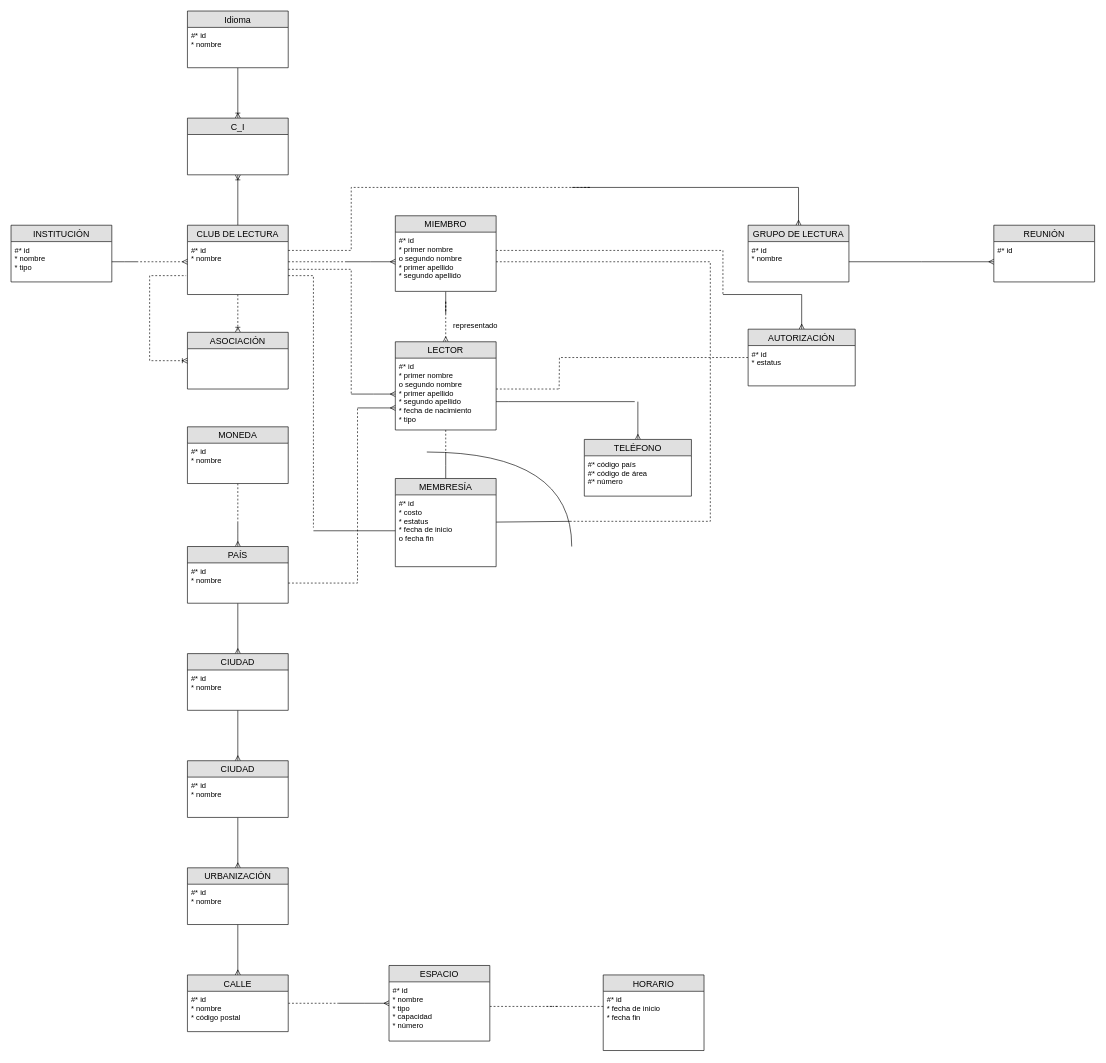
Before: DB I/ER.drawio in NeutronBlast/IS-Ex, a draw.io diagram. Source tidied: cells renumbered, new cells numbered last; positions are measured from the earlier drawing's top-left corner, leaving out a move shared by most shapes. Both pictures are drawn from the tidied source at 63%, with x=0, y=0 at pixel (11, 11).
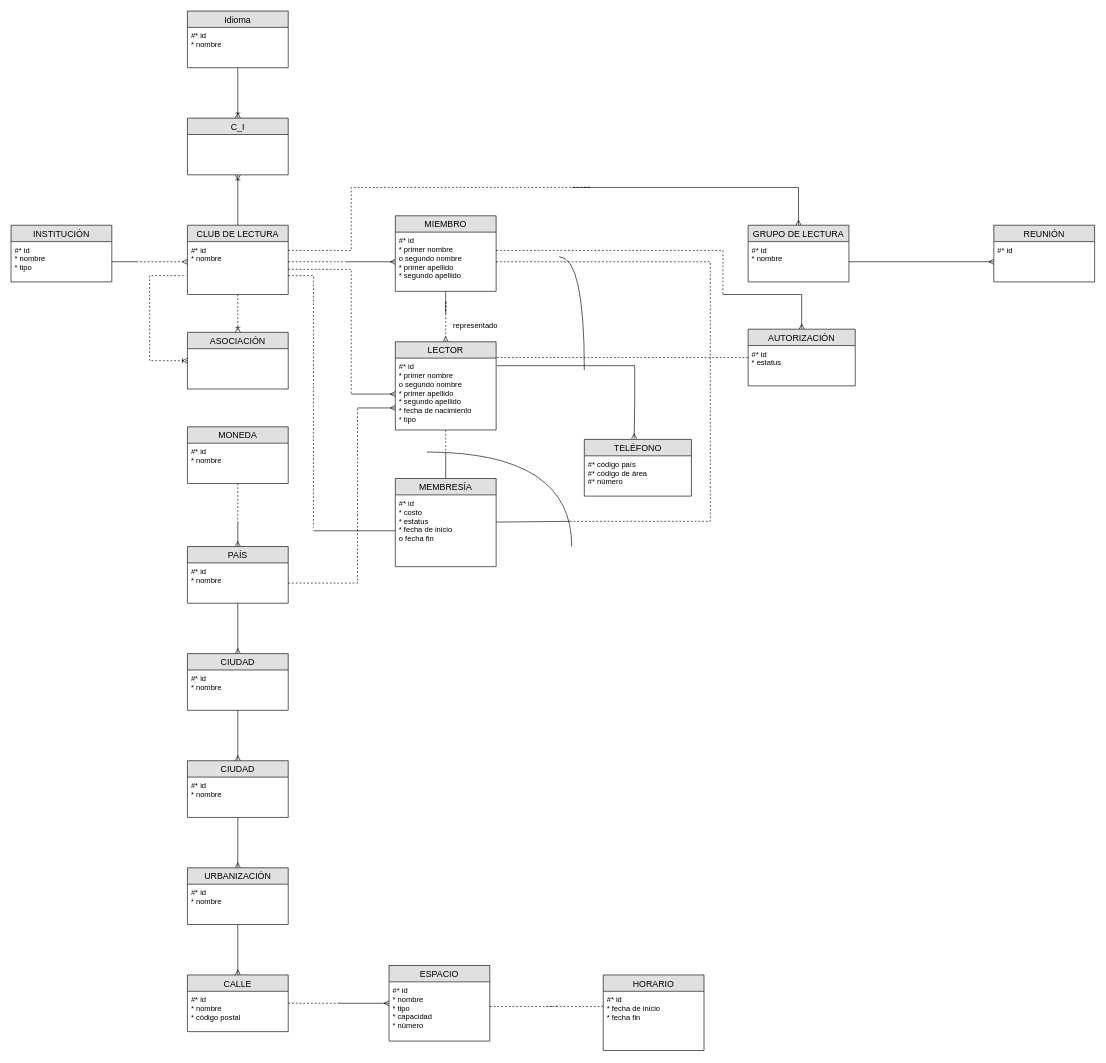
After the change.

The change refers to these unchanged cells:
```xml
<mxCell id="22" value="LECTOR" style="swimlane;fontStyle=0;horizontal=1;startSize=26;fillColor=#e0e0e0;swimlaneFillColor=#ffffff;align=center;fontSize=14;" parent="1" vertex="1">
  <mxGeometry x="610" y="525" width="160" height="140" as="geometry" />
</mxCell>
<mxCell id="23" value="#* id&#10;* primer nombre&#10;o segundo nombre&#10;* primer apellido&#10;* segundo apellido&#10;* fecha de nacimiento&#10;* tipo" style="text;strokeColor=none;fillColor=none;spacingLeft=4;spacingRight=4;overflow=hidden;points=[[0,0.5],[1,0.5]];portConstraint=eastwest;fontSize=12;" parent="22" vertex="1">
  <mxGeometry y="26" width="160" height="114" as="geometry" />
</mxCell>
<mxCell id="70" value="AUTORIZACIÓN" style="swimlane;fontStyle=0;horizontal=1;startSize=26;fillColor=#e0e0e0;swimlaneFillColor=#ffffff;align=center;fontSize=14;" parent="1" vertex="1">
  <mxGeometry x="1170" y="505" width="170" height="90" as="geometry" />
</mxCell>
<mxCell id="78" value="TELÉFONO" style="swimlane;fontStyle=0;horizontal=1;startSize=26;fillColor=#e0e0e0;swimlaneFillColor=#ffffff;align=center;fontSize=14;" parent="1" vertex="1">
  <mxGeometry x="910" y="680" width="170" height="90" as="geometry" />
</mxCell>
```

Change to the diagram source:
```diff
@@
-    <mxCell id="21" style="edgeStyle=orthogonalEdgeStyle;rounded=0;jettySize=auto;html=1;startArrow=none;startFill=0;endArrow=none;endFill=0;dashed=1;" parent="1" edge="1" source="22">
+    <mxCell id="21" style="rounded=0;orthogonalLoop=1;jettySize=auto;html=1;startArrow=none;startFill=0;endArrow=none;endFill=0;dashed=1;" parent="1" edge="1">
       <mxGeometry relative="1" as="geometry">
-        <mxPoint x="870" y="600" as="targetPoint" />
-        <Array as="points">
-          <mxPoint x="790" y="600" />
-          <mxPoint x="790" y="600" />
-        </Array>
+        <mxPoint x="771" y="550" as="sourcePoint" />
+        <mxPoint x="870" y="550" as="targetPoint" />
       </mxGeometry>
     </mxCell>
@@
     <mxCell id="68" style="edgeStyle=orthogonalEdgeStyle;rounded=0;jettySize=auto;html=1;startArrow=none;startFill=0;endArrow=none;endFill=0;dashed=1;" parent="1" edge="1" source="70">
       <mxGeometry relative="1" as="geometry">
-        <mxPoint x="870" y="600" as="targetPoint" />
+        <mxPoint x="870" y="550" as="targetPoint" />
       </mxGeometry>
     </mxCell>
@@
-    <mxCell id="77" style="edgeStyle=none;rounded=0;jettySize=auto;html=1;startArrow=ERmany;startFill=0;endArrow=none;endFill=0;" parent="1" edge="1" source="78">
+    <mxCell id="77" style="edgeStyle=none;rounded=0;jettySize=auto;html=1;startArrow=ERmany;startFill=0;endArrow=none;endFill=0;exitX=0.465;exitY=-0.011;exitDx=0;exitDy=0;exitPerimeter=0;" parent="1" edge="1" source="78">
       <mxGeometry relative="1" as="geometry">
-        <mxPoint x="995" y="620" as="targetPoint" />
+        <mxPoint x="990" y="620" as="targetPoint" />
       </mxGeometry>
     </mxCell>
@@
-    <mxCell id="80" style="edgeStyle=orthogonalEdgeStyle;rounded=0;orthogonalLoop=1;jettySize=auto;html=1;startArrow=none;startFill=0;endArrow=none;endFill=0;" parent="1" edge="1">
+    <mxCell id="80" style="edgeStyle=orthogonalEdgeStyle;rounded=0;jettySize=auto;html=1;startArrow=none;startFill=0;endArrow=none;endFill=0;exitX=1.006;exitY=0.105;exitDx=0;exitDy=0;exitPerimeter=0;" parent="1" edge="1" source="23">
       <mxGeometry relative="1" as="geometry">
-        <mxPoint x="770" y="620" as="sourcePoint" />
         <mxPoint x="990" y="620" as="targetPoint" />
         <Array as="points">
-          <mxPoint x="790" y="620" />
-          <mxPoint x="790" y="620" />
+          <mxPoint x="990" y="563" />
         </Array>
       </mxGeometry>
     </mxCell>
+    <mxCell id="81" style="endArrow=none;html=1;edgeStyle=orthogonalEdgeStyle;curved=1;" parent="1" edge="1">
+      <mxGeometry relative="1" as="geometry">
+        <mxPoint x="870" y="390" as="sourcePoint" />
+        <mxPoint x="910" y="570" as="targetPoint" />
+        <Array as="points">
+          <mxPoint x="910" y="390" />
+        </Array>
+      </mxGeometry>
+    </mxCell>
```
